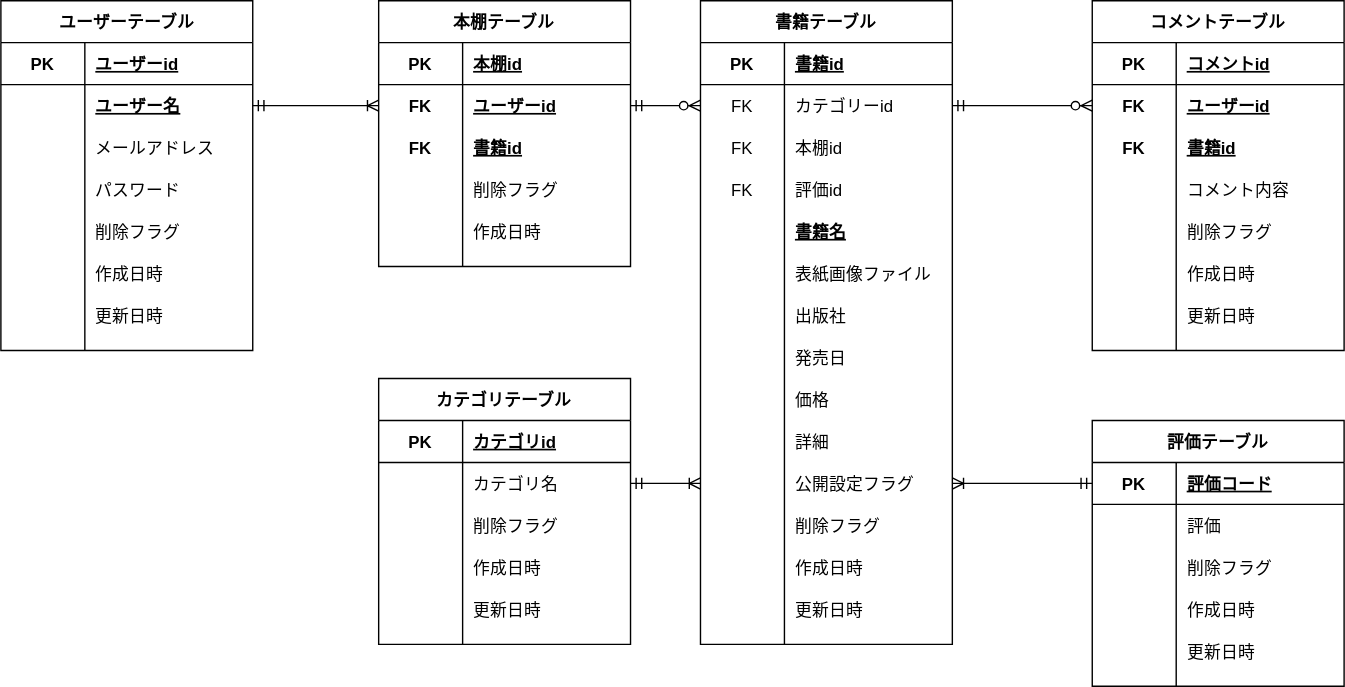
Earlier version of the draw.io export ERdiagram.drawio.svg (takumi98/EngineerBookshelf). Source tidied: cells renumbered, new cells last; positions are measured from the earlier drawing's top-left corner, leaving out a move shared by most shapes.
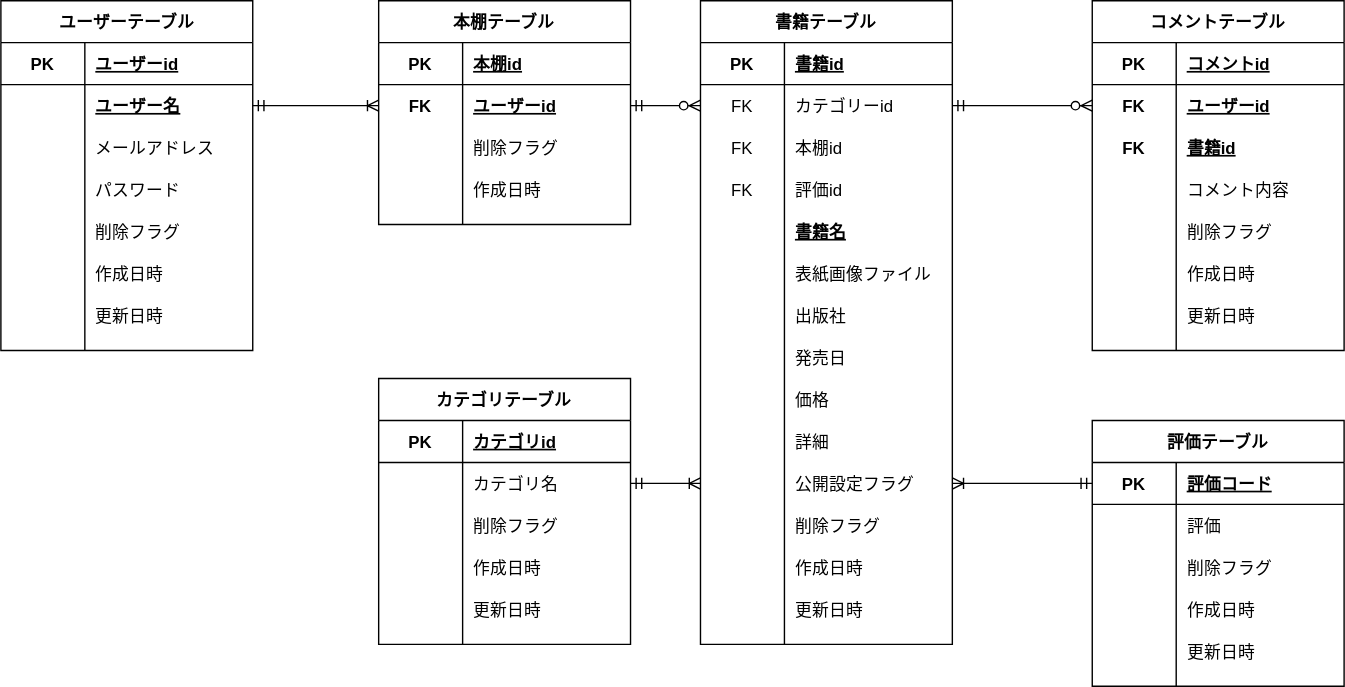
Above is the later version.

Commit message:
本棚テーブルの書籍idを削除

The edit, as a diff of the source:
```diff
@@ -320,7 +320,7 @@
       <mxGeometry relative="1" as="geometry" />
     </mxCell>
     <mxCell id="107" value="本棚テーブル" style="shape=table;startSize=30;rowLines=0;fontStyle=1;align=center;" parent="1" vertex="1">
-      <mxGeometry x="270" width="180" height="190" as="geometry" />
+      <mxGeometry x="270" width="180" height="160" as="geometry" />
     </mxCell>
     <mxCell id="108" style="shape=partialRectangle;fillColor=none;top=0;left=0;bottom=1;right=0;" parent="107" vertex="1">
       <mxGeometry y="30" width="180" height="30" as="geometry" />
@@ -340,17 +340,8 @@
     <mxCell id="113" value="ユーザーid" style="shape=partialRectangle;fillColor=none;top=0;left=0;bottom=0;right=0;align=left;spacingLeft=6;fontStyle=5;overflow=hidden;" parent="111" vertex="1">
       <mxGeometry x="60" width="120" height="30" as="geometry" />
     </mxCell>
-    <mxCell id="114" style="shape=partialRectangle;fillColor=none;top=0;left=0;bottom=0;right=0;" parent="107" vertex="1">
-      <mxGeometry y="90" width="180" height="30" as="geometry" />
-    </mxCell>
-    <mxCell id="115" value="FK" style="shape=partialRectangle;fillColor=none;top=0;left=0;bottom=0;right=0;fontStyle=1;overflow=hidden;" parent="114" vertex="1">
-      <mxGeometry width="60" height="30" as="geometry" />
-    </mxCell>
-    <mxCell id="116" value="書籍id" style="shape=partialRectangle;fillColor=none;top=0;left=0;bottom=0;right=0;align=left;spacingLeft=6;fontStyle=5;overflow=hidden;" parent="114" vertex="1">
-      <mxGeometry x="60" width="120" height="30" as="geometry" />
-    </mxCell>
     <mxCell id="117" style="shape=partialRectangle;fillColor=none;top=0;left=0;bottom=0;right=0;" parent="107" vertex="1">
-      <mxGeometry y="120" width="180" height="30" as="geometry" />
+      <mxGeometry y="90" width="180" height="30" as="geometry" />
     </mxCell>
     <mxCell id="118" style="shape=partialRectangle;fillColor=none;top=0;left=0;bottom=0;right=0;overflow=hidden;" parent="117" vertex="1">
       <mxGeometry width="60" height="30" as="geometry" />
@@ -359,7 +350,7 @@
       <mxGeometry x="60" width="120" height="30" as="geometry" />
     </mxCell>
     <mxCell id="120" style="shape=partialRectangle;fillColor=none;top=0;left=0;bottom=0;right=0;" parent="107" vertex="1">
-      <mxGeometry y="150" width="180" height="30" as="geometry" />
+      <mxGeometry y="120" width="180" height="30" as="geometry" />
     </mxCell>
     <mxCell id="121" style="shape=partialRectangle;fillColor=none;top=0;left=0;bottom=0;right=0;overflow=hidden;" parent="120" vertex="1">
       <mxGeometry width="60" height="30" as="geometry" />
```
